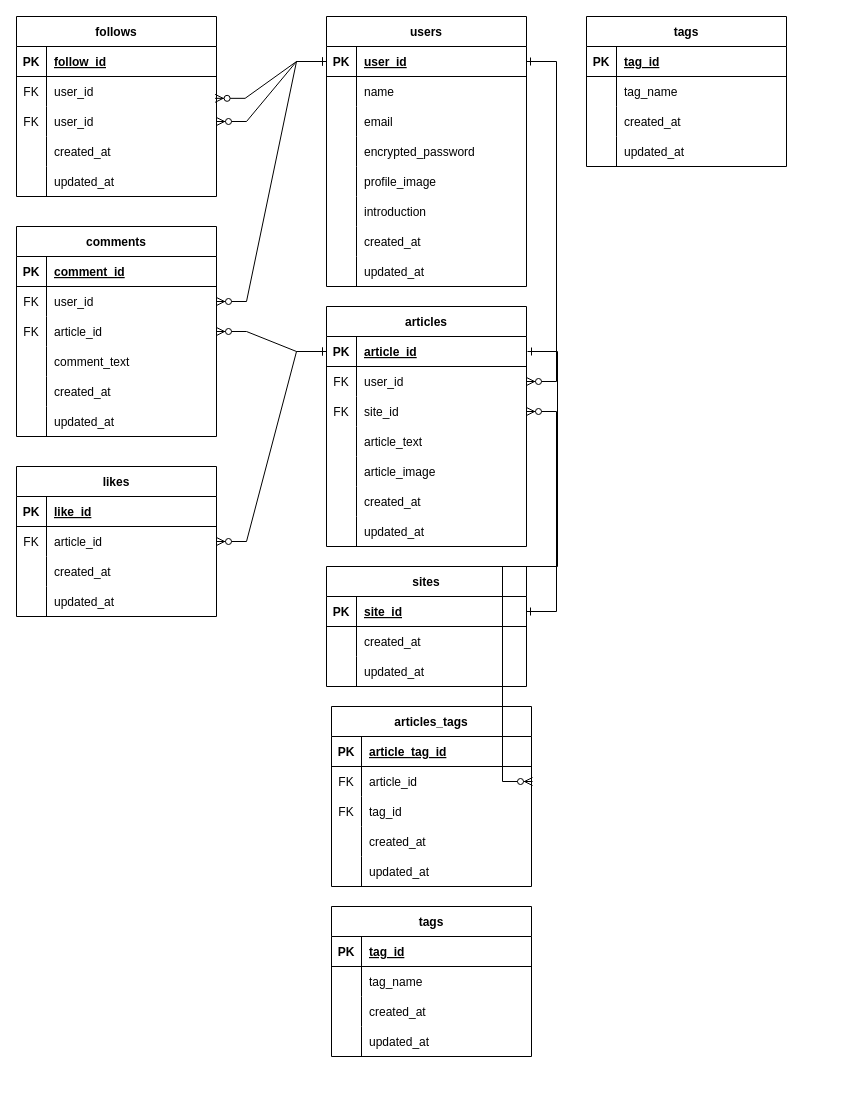
The draw.io diagram 継続はちから.drawio in mmmaaaariii/mygoal.ex, before the edit. Source tidied: cells renumbered, new cells numbered last; positions are measured from the earlier drawing's top-left corner, leaving out a move shared by most shapes. Both pictures are drawn from the tidied source at 100%, with x=0, y=0 at pixel (16, 16).
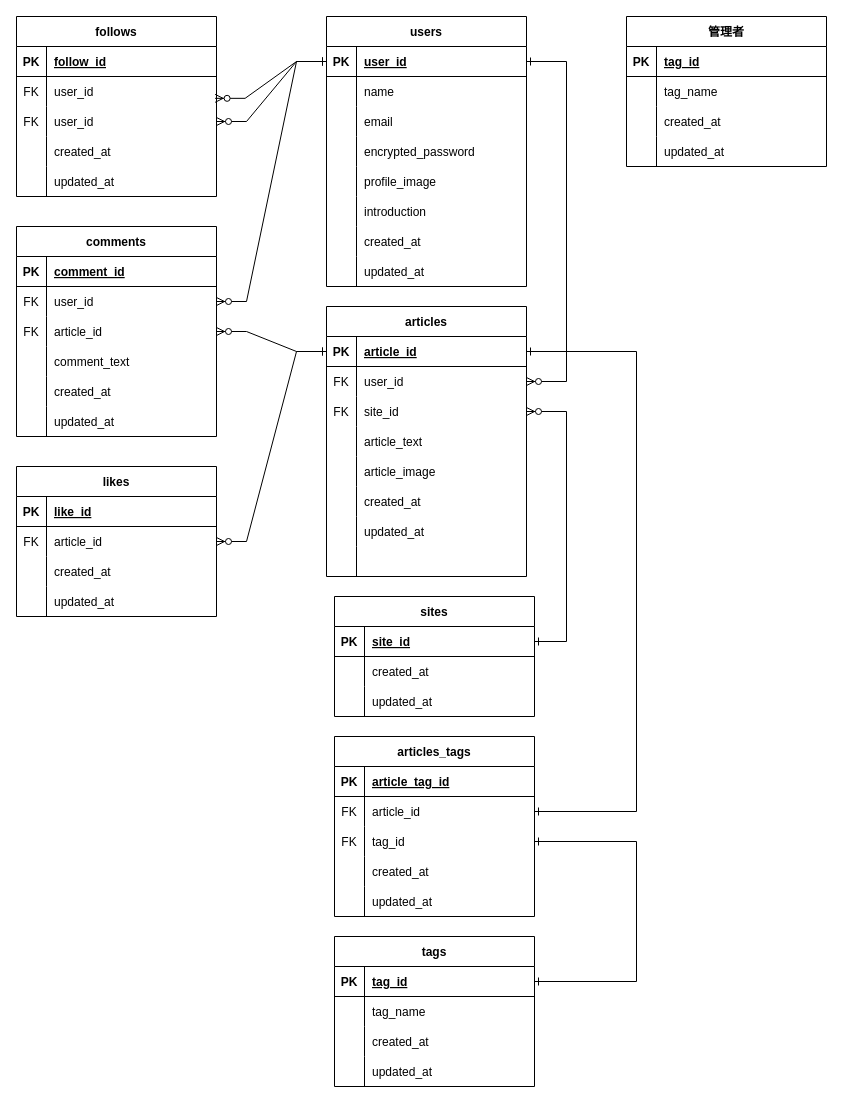
Above is the later version.

Commit message (it also covers changes not shown here):
継続はちから.drawio を更新します

The change refers to these unchanged cells:
```xml
<mxCell id="4" style="shape=partialRectangle;fillColor=none;points=[[0,0.5],[1,0.5]];portConstraint=eastwest;top=0;left=0;right=0;bottom=1;" parent="3" vertex="1">
  <mxGeometry y="30" width="200" height="30" as="geometry" />
</mxCell>
<mxCell id="29" style="shape=partialRectangle;fillColor=none;points=[[0,0.5],[1,0.5]];portConstraint=eastwest;top=0;left=0;right=0;bottom=1;" parent="28" vertex="1">
  <mxGeometry y="30" width="200" height="30" as="geometry" />
</mxCell>
<mxCell id="32" style="shape=partialRectangle;fillColor=none;points=[[0,0.5],[1,0.5]];portConstraint=eastwest;top=0;left=0;right=0;bottom=0;" parent="28" vertex="1">
  <mxGeometry y="60" width="200" height="30" as="geometry" />
</mxCell>
<mxCell id="35" style="shape=partialRectangle;fillColor=none;points=[[0,0.5],[1,0.5]];portConstraint=eastwest;top=0;left=0;right=0;bottom=0;" parent="28" vertex="1">
  <mxGeometry y="90" width="200" height="30" as="geometry" />
</mxCell>
<mxCell id="53" style="shape=partialRectangle;fillColor=none;points=[[0,0.5],[1,0.5]];portConstraint=eastwest;top=0;left=0;right=0;bottom=1;" parent="52" vertex="1">
  <mxGeometry y="30" width="200" height="30" as="geometry" />
</mxCell>
<mxCell id="66" style="shape=partialRectangle;fillColor=none;points=[[0,0.5],[1,0.5]];portConstraint=eastwest;top=0;left=0;right=0;bottom=0;" parent="62" vertex="1">
  <mxGeometry y="60" width="200" height="30" as="geometry" />
</mxCell>
<mxCell id="69" style="shape=partialRectangle;fillColor=none;points=[[0,0.5],[1,0.5]];portConstraint=eastwest;top=0;left=0;right=0;bottom=0;" parent="62" vertex="1">
  <mxGeometry y="90" width="200" height="30" as="geometry" />
</mxCell>
<mxCell id="111" style="shape=partialRectangle;fillColor=none;points=[[0,0.5],[1,0.5]];portConstraint=eastwest;top=0;left=0;right=0;bottom=1;" parent="110" vertex="1">
  <mxGeometry y="30" width="200" height="30" as="geometry" />
</mxCell>
```

Change to the diagram source:
```diff
@@
     <mxCell id="28" value="articles" style="shape=table;startSize=30;childLayout=tableLayout;rowLines=0;fontStyle=1;align=center;" parent="1" vertex="1">
-      <mxGeometry x="310" y="290" width="200" height="240" as="geometry" />
+      <mxGeometry x="310" y="290" width="200" height="270" as="geometry" />
     </mxCell>
@@
+    <mxCell id="160" style="shape=partialRectangle;fillColor=none;top=0;left=0;right=0;bottom=0;" parent="28" vertex="1">
+      <mxGeometry y="240" width="200" height="30" as="geometry" />
+    </mxCell>
+    <mxCell id="161" style="shape=partialRectangle;overflow=hidden;fillColor=none;top=0;left=0;bottom=0;right=0;" parent="160" vertex="1">
+      <mxGeometry width="30" height="30" as="geometry" />
+    </mxCell>
+    <mxCell id="162" style="shape=partialRectangle;overflow=hidden;fillColor=none;top=0;left=0;bottom=0;right=0;align=left;spacingLeft=6;" parent="160" vertex="1">
+      <mxGeometry x="30" width="170" height="30" as="geometry" />
+    </mxCell>
@@
     <mxCell id="52" value="sites" style="shape=table;startSize=30;childLayout=tableLayout;rowLines=0;fontStyle=1;align=center;" parent="1" vertex="1">
-      <mxGeometry x="310" y="550" width="200" height="120" as="geometry" />
+      <mxGeometry x="318" y="580" width="200" height="120" as="geometry" />
     </mxCell>
@@
     <mxCell id="62" value="articles_tags" style="shape=table;startSize=30;childLayout=tableLayout;rowLines=0;fontStyle=1;align=center;" parent="1" vertex="1">
-      <mxGeometry x="315" y="690" width="200" height="180" as="geometry" />
+      <mxGeometry x="318" y="720" width="200" height="180" as="geometry" />
     </mxCell>
@@
     <mxCell id="110" value="tags" style="shape=table;startSize=30;childLayout=tableLayout;rowLines=0;fontStyle=1;align=center;" parent="1" vertex="1">
-      <mxGeometry x="315" y="890" width="200" height="150" as="geometry" />
+      <mxGeometry x="318" y="920" width="200" height="150" as="geometry" />
     </mxCell>
@@
-    <mxCell id="144" value="tags" style="shape=table;startSize=30;childLayout=tableLayout;rowLines=0;fontStyle=1;align=center;" parent="1" vertex="1">
-      <mxGeometry x="570" width="200" height="150" as="geometry" />
+    <mxCell id="144" value="管理者" style="shape=table;startSize=30;childLayout=tableLayout;rowLines=0;fontStyle=1;align=center;" parent="1" vertex="1">
+      <mxGeometry x="610" width="200" height="150" as="geometry" />
     </mxCell>
@@
-    <mxCell id="157" style="edgeStyle=entityRelationEdgeStyle;fontSize=12;html=1;endArrow=ERzeroToMany;endFill=1;rounded=0;exitX=1;exitY=0.5;exitDx=0;exitDy=0;startArrow=ERone;startFill=0;" parent="1" edge="1" source="53" target="35">
-      <mxGeometry relative="1" as="geometry" />
+    <mxCell id="157" style="edgeStyle=elbowEdgeStyle;fontSize=12;html=1;endArrow=ERzeroToMany;endFill=1;rounded=0;exitX=1;exitY=0.5;exitDx=0;exitDy=0;startArrow=ERone;startFill=0;" parent="1" edge="1" source="53" target="35">
+      <mxGeometry relative="1" as="geometry">
+        <Array as="points">
+          <mxPoint x="550" y="500" />
+        </Array>
+      </mxGeometry>
     </mxCell>
-    <mxCell id="158" style="edgeStyle=entityRelationEdgeStyle;fontSize=12;html=1;endArrow=ERzeroToMany;endFill=1;rounded=0;entryX=1;entryY=0.5;entryDx=0;entryDy=0;startArrow=ERone;startFill=0;" parent="1" edge="1" source="4" target="32">
-      <mxGeometry relative="1" as="geometry" />
+    <mxCell id="158" style="edgeStyle=elbowEdgeStyle;fontSize=12;html=1;endArrow=ERzeroToMany;endFill=1;rounded=0;entryX=1;entryY=0.5;entryDx=0;entryDy=0;startArrow=ERone;startFill=0;" parent="1" edge="1" source="4" target="32">
+      <mxGeometry relative="1" as="geometry">
+        <Array as="points">
+          <mxPoint x="550" y="210" />
+        </Array>
+      </mxGeometry>
     </mxCell>
-    <mxCell id="159" style="edgeStyle=entityRelationEdgeStyle;fontSize=12;html=1;endArrow=ERzeroToMany;endFill=1;rounded=0;exitX=1;exitY=0.5;exitDx=0;exitDy=0;entryX=1;entryY=0.5;entryDx=0;entryDy=0;jumpStyle=none;startArrow=ERone;startFill=0;" parent="1" edge="1">
+    <mxCell id="159" style="edgeStyle=elbowEdgeStyle;fontSize=12;html=1;endArrow=ERone;endFill=0;rounded=0;jumpStyle=none;startArrow=ERone;startFill=0;entryX=1;entryY=0.5;entryDx=0;entryDy=0;exitX=1;exitY=0.5;exitDx=0;exitDy=0;elbow=vertical;" parent="1" edge="1" source="29" target="66">
       <mxGeometry relative="1" as="geometry">
-        <mxPoint x="511" y="335" as="sourcePoint" />
-        <mxPoint x="516" y="765" as="targetPoint" />
         <Array as="points">
-          <mxPoint x="581" y="710" />
-          <mxPoint x="801" y="570" />
-          <mxPoint x="451" y="700" />
-          <mxPoint x="700" y="690" />
+          <mxPoint x="620" y="565" />
         </Array>
       </mxGeometry>
     </mxCell>
+    <mxCell id="163" style="edgeStyle=elbowEdgeStyle;fontSize=12;html=1;endArrow=ERone;endFill=0;rounded=0;exitX=1;exitY=0.5;exitDx=0;exitDy=0;startArrow=ERone;startFill=0;entryX=1;entryY=0.5;entryDx=0;entryDy=0;" parent="1" edge="1" source="111" target="69">
+      <mxGeometry relative="1" as="geometry">
+        <Array as="points">
+          <mxPoint x="620" y="850" />
+        </Array>
+      </mxGeometry>
+    </mxCell>
```
